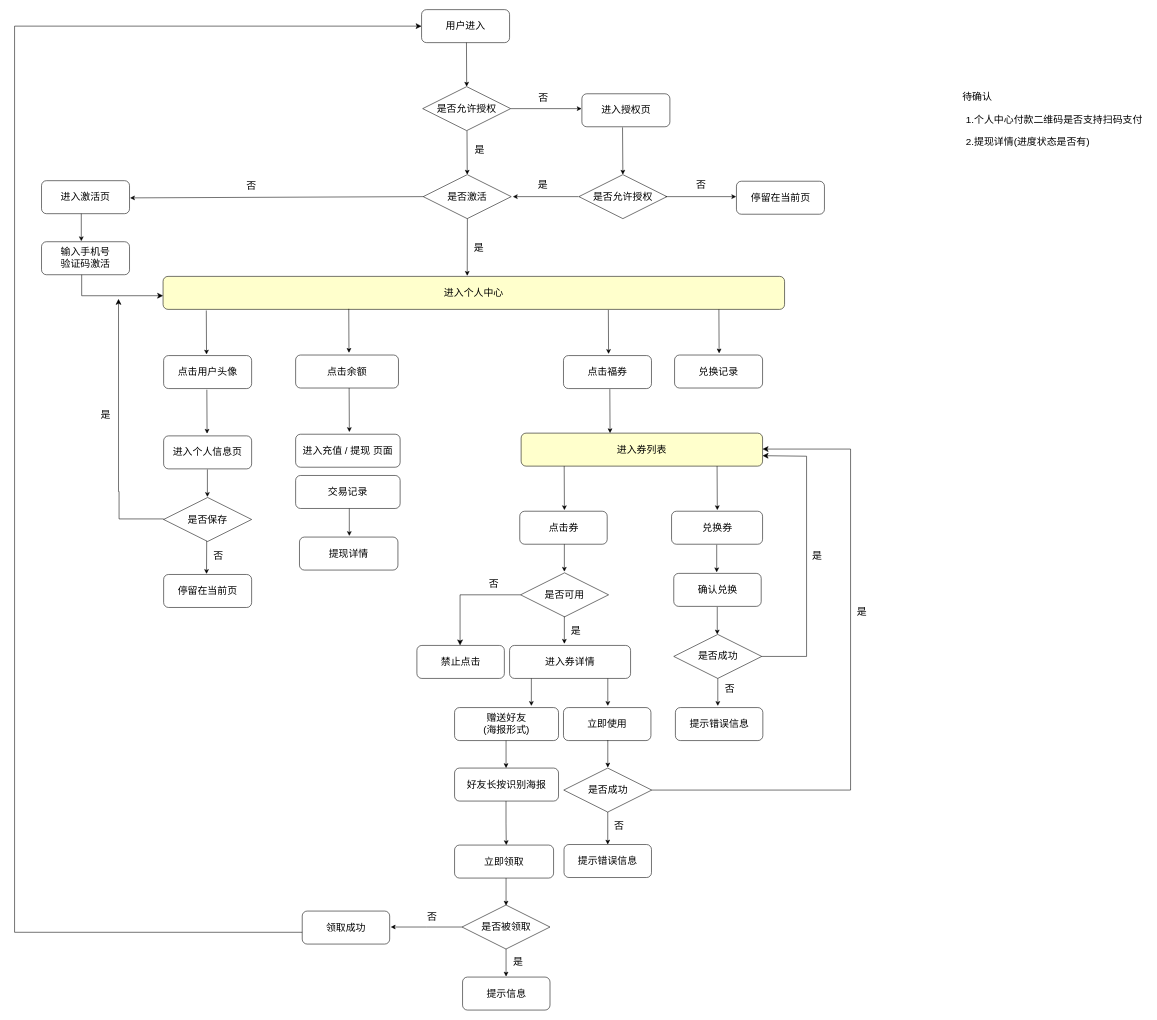
This is 未命名绘图.drawio from 13717135460/vue-admin, a draw.io file, before an edit. Source tidied: cells renumbered, new cells numbered last; positions are measured from the earlier drawing's top-left corner, leaving out a move shared by most shapes. Both pictures are drawn from the tidied source at 55%, with x=0, y=0 at pixel (14, 9).
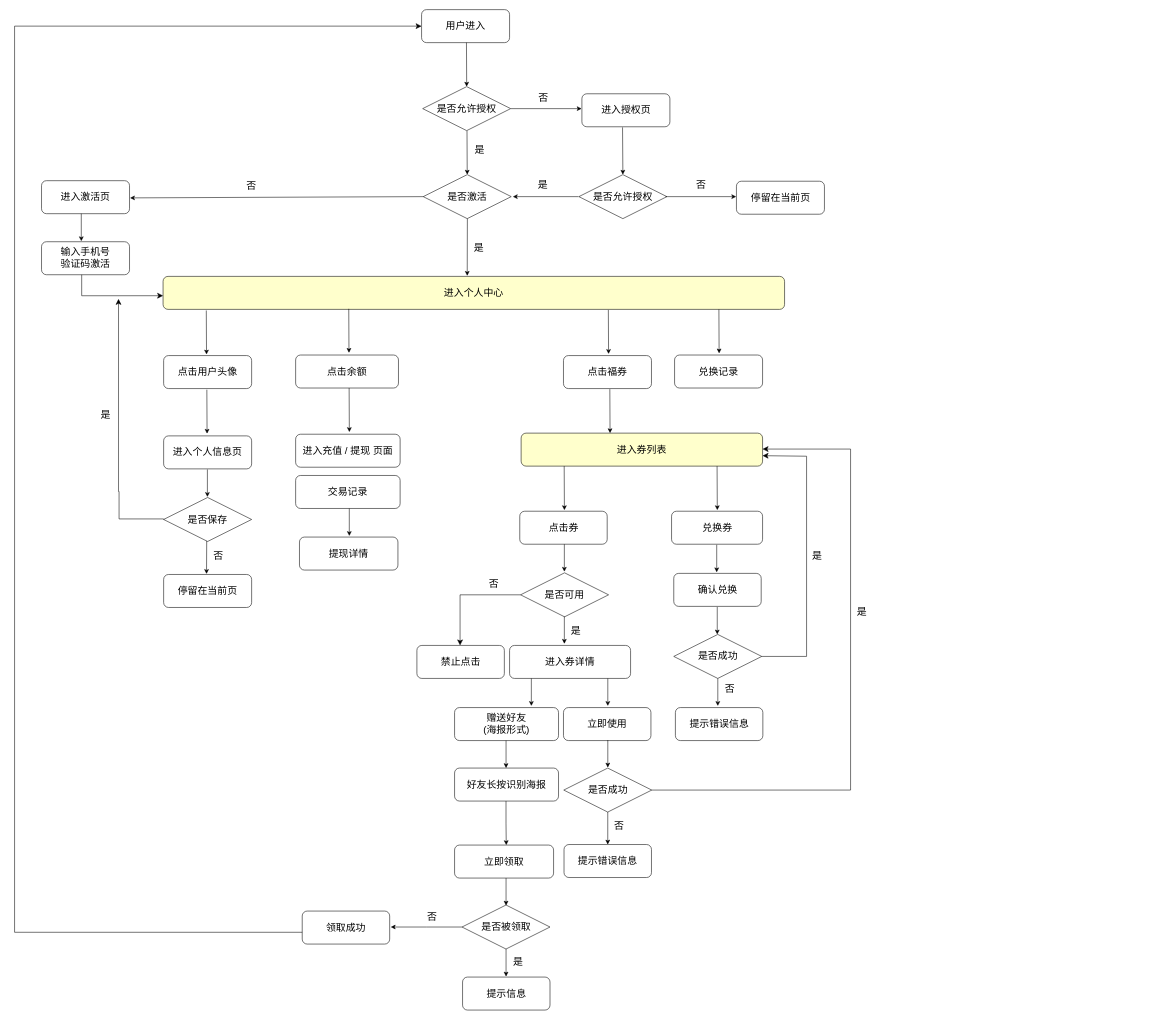
Above is the later version.

Commit message (it also covers changes not shown here):
更新未命名绘图.drawio

Change to the diagram source:
```diff
@@
-    <mxCell id="81" value="&lt;font style=&quot;font-size: 18px;&quot;&gt;待确认&lt;/font&gt;" style="text;html=1;align=center;verticalAlign=middle;strokeColor=none;fillColor=none;" parent="1" vertex="1">
-      <mxGeometry x="1710" y="139" width="80" height="40" as="geometry" />
-    </mxCell>
-    <mxCell id="82" value="&lt;font style=&quot;font-size: 18px;&quot;&gt;1.个人中心付款二维码是否支持扫码支付&lt;/font&gt;" style="text;html=1;align=center;verticalAlign=middle;strokeColor=none;fillColor=none;" parent="1" vertex="1">
-      <mxGeometry x="1720" y="180" width="340" height="40" as="geometry" />
-    </mxCell>
@@
-    <mxCell id="98" value="&lt;font style=&quot;font-size: 18px;&quot;&gt;2.提现详情(进度状态是否有)&lt;/font&gt;" style="text;html=1;align=center;verticalAlign=middle;strokeColor=none;fillColor=none;" parent="1" vertex="1">
-      <mxGeometry x="1717" y="220" width="250" height="40" as="geometry" />
-    </mxCell>
```
